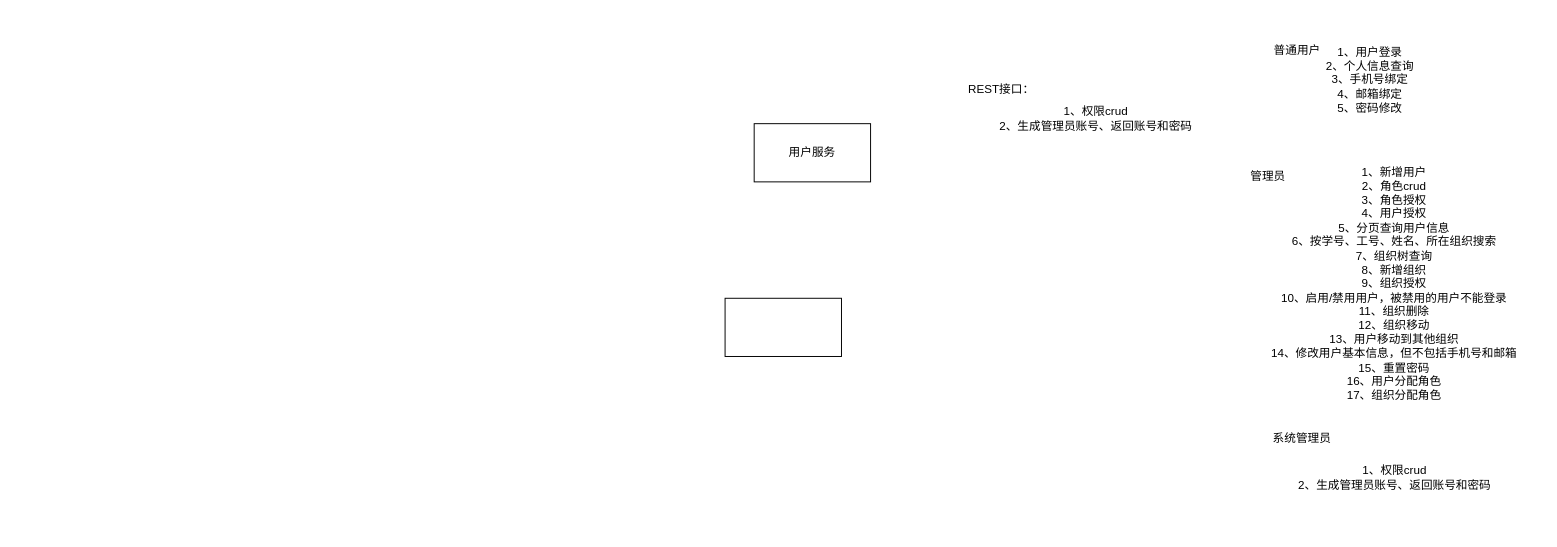
Above: page "用户服务" (2 of 2) of 毕设管理系统/功能层次图.drawio in FdfGithub/drawio (draw.io), before the change. Source tidied: cells renumbered, new cells numbered last; positions are measured from the earlier drawing's top-left corner, leaving out a move shared by most shapes. Both pictures are drawn from the tidied source at 97%, with x=0, y=0 at pixel (725, 16).
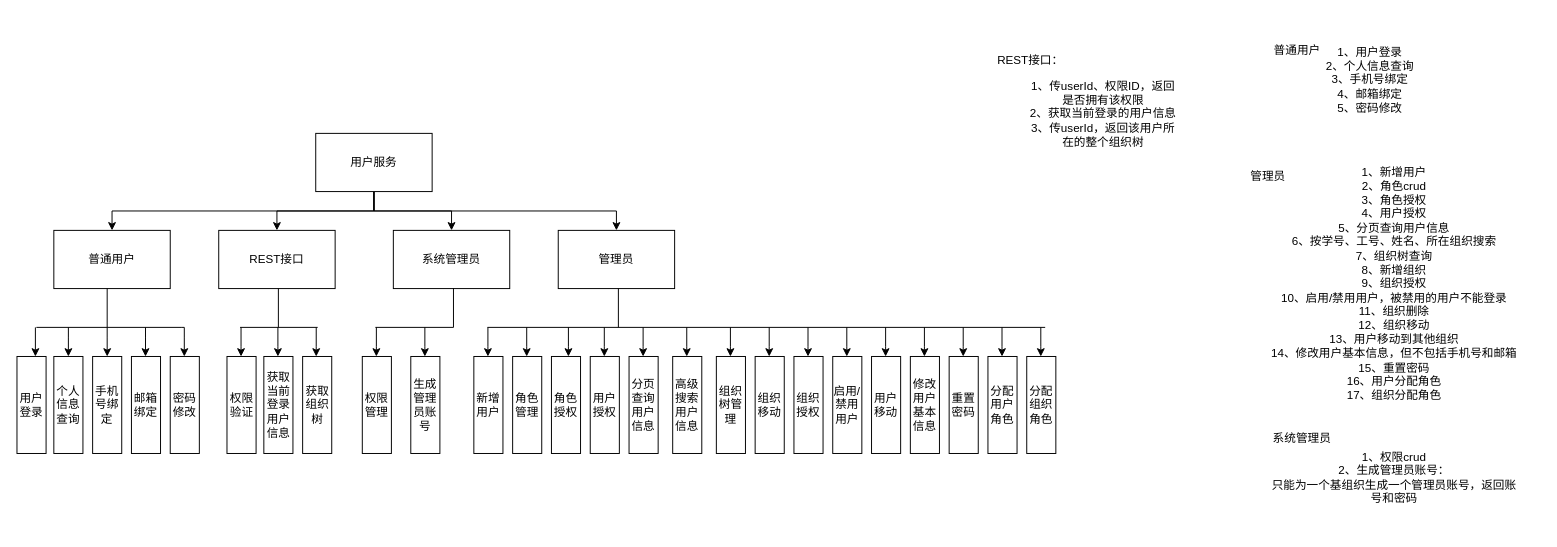
After the change.

Commit message (it also covers changes not shown here):
更新功能层次图.drawio

Diff of the diagram source:
```diff
@@
+    <mxCell id="12" style="edgeStyle=orthogonalEdgeStyle;rounded=0;jettySize=auto;html=1;entryX=0.5;entryY=0;entryDx=0;entryDy=0;" parent="1" edge="1" source="2" target="3">
+      <mxGeometry relative="1" as="geometry">
+        <Array as="points">
+          <mxPoint x="-362" y="200" />
+          <mxPoint x="-632" y="200" />
+        </Array>
+      </mxGeometry>
+    </mxCell>
+    <mxCell id="13" style="edgeStyle=orthogonalEdgeStyle;rounded=0;jettySize=auto;html=1;" parent="1" edge="1" source="2" target="17">
+      <mxGeometry relative="1" as="geometry" />
+    </mxCell>
+    <mxCell id="14" style="edgeStyle=orthogonalEdgeStyle;rounded=0;jettySize=auto;html=1;" parent="1" edge="1" source="2" target="18">
+      <mxGeometry relative="1" as="geometry" />
+    </mxCell>
+    <mxCell id="15" style="edgeStyle=orthogonalEdgeStyle;rounded=0;jettySize=auto;html=1;entryX=0.5;entryY=0;entryDx=0;entryDy=0;" parent="1" edge="1" source="2" target="19">
+      <mxGeometry relative="1" as="geometry">
+        <Array as="points">
+          <mxPoint x="-362" y="200" />
+          <mxPoint x="-112" y="200" />
+        </Array>
+      </mxGeometry>
+    </mxCell>
     <mxCell id="2" value="用户服务" style="rounded=0;whiteSpace=wrap;html=1;" parent="1" vertex="1">
-      <mxGeometry x="30" y="110" width="120" height="60" as="geometry" />
+      <mxGeometry x="-422" y="120" width="120" height="60" as="geometry" />
     </mxCell>
-    <mxCell id="3" style="rounded=0;whiteSpace=wrap;html=1;" parent="1" vertex="1">
-      <mxGeometry y="290" width="120" height="60" as="geometry" />
+    <mxCell id="3" value="普通用户" style="rounded=0;whiteSpace=wrap;html=1;" parent="1" vertex="1">
+      <mxGeometry x="-692" y="220" width="120" height="60" as="geometry" />
     </mxCell>
@@
-    <mxCell id="8" value="1、权限crud&lt;br&gt;2、生成管理员账号、返回账号和密码" style="text;html=1;strokeColor=none;fillColor=none;align=center;verticalAlign=middle;whiteSpace=wrap;rounded=0;" parent="1" vertex="1">
-      <mxGeometry x="577.5" y="420" width="225" height="110" as="geometry" />
-    </mxCell>
@@
     <mxCell id="10" value="REST接口：" style="text;html=1;strokeColor=none;fillColor=none;align=center;verticalAlign=middle;whiteSpace=wrap;rounded=0;" parent="1" vertex="1">
-      <mxGeometry x="250" y="60" width="70" height="30" as="geometry" />
+      <mxGeometry x="280" y="30" width="70" height="30" as="geometry" />
     </mxCell>
-    <mxCell id="11" value="1、权限crud&lt;br&gt;2、生成管理员账号、返回账号和密码" style="text;html=1;strokeColor=none;fillColor=none;align=center;verticalAlign=middle;whiteSpace=wrap;rounded=0;" parent="1" vertex="1">
-      <mxGeometry x="270" y="50" width="225" height="110" as="geometry" />
+    <mxCell id="11" value="1、权限crud&lt;br&gt;2、生成管理员账号：&lt;br&gt;只能为一个基组织生成一个管理员账号，返回账号和密码" style="text;html=1;strokeColor=none;fillColor=none;align=center;verticalAlign=middle;whiteSpace=wrap;rounded=0;" parent="1" vertex="1">
+      <mxGeometry x="560" y="430" width="260" height="90" as="geometry" />
     </mxCell>
+    <mxCell id="16" value="1、传userId、权限ID，返回是否拥有该权限&lt;br&gt;2、获取当前登录的用户信息&lt;br&gt;3、传userId，返回该用户所在的整个组织树" style="text;html=1;strokeColor=none;fillColor=none;align=center;verticalAlign=middle;whiteSpace=wrap;rounded=0;" parent="1" vertex="1">
+      <mxGeometry x="310" y="55" width="160" height="90" as="geometry" />
+    </mxCell>
+    <mxCell id="17" value="REST接口" style="rounded=0;whiteSpace=wrap;html=1;" parent="1" vertex="1">
+      <mxGeometry x="-522" y="220" width="120" height="60" as="geometry" />
+    </mxCell>
+    <mxCell id="18" value="系统管理员" style="rounded=0;whiteSpace=wrap;html=1;" parent="1" vertex="1">
+      <mxGeometry x="-342" y="220" width="120" height="60" as="geometry" />
+    </mxCell>
+    <mxCell id="19" value="管理员" style="rounded=0;whiteSpace=wrap;html=1;" parent="1" vertex="1">
+      <mxGeometry x="-172" y="220" width="120" height="60" as="geometry" />
+    </mxCell>
+    <mxCell id="20" value="&lt;span&gt;用户登录&lt;/span&gt;" style="rounded=0;whiteSpace=wrap;html=1;" parent="1" vertex="1">
+      <mxGeometry x="-730" y="350" width="30" height="100" as="geometry" />
+    </mxCell>
+    <mxCell id="21" value="&lt;span&gt;个人信息查询&lt;/span&gt;" style="rounded=0;whiteSpace=wrap;html=1;" parent="1" vertex="1">
+      <mxGeometry x="-692" y="350" width="30" height="100" as="geometry" />
+    </mxCell>
+    <mxCell id="22" value="&lt;span&gt;手机号绑定&lt;/span&gt;" style="rounded=0;whiteSpace=wrap;html=1;" parent="1" vertex="1">
+      <mxGeometry x="-652" y="350" width="30" height="100" as="geometry" />
+    </mxCell>
+    <mxCell id="23" value="&lt;span&gt;邮箱绑定&lt;/span&gt;" style="rounded=0;whiteSpace=wrap;html=1;" parent="1" vertex="1">
+      <mxGeometry x="-612" y="350" width="30" height="100" as="geometry" />
+    </mxCell>
+    <mxCell id="24" value="&lt;span&gt;密码修改&lt;/span&gt;" style="rounded=0;whiteSpace=wrap;html=1;" parent="1" vertex="1">
+      <mxGeometry x="-572" y="350" width="30" height="100" as="geometry" />
+    </mxCell>
+    <mxCell id="25" value="&lt;span&gt;新增用户&lt;/span&gt;" style="rounded=0;whiteSpace=wrap;html=1;" parent="1" vertex="1">
+      <mxGeometry x="-259" y="350" width="30" height="100" as="geometry" />
+    </mxCell>
+    <mxCell id="26" value="&lt;span&gt;角色管理&lt;/span&gt;" style="rounded=0;whiteSpace=wrap;html=1;" parent="1" vertex="1">
+      <mxGeometry x="-219" y="350" width="30" height="100" as="geometry" />
+    </mxCell>
+    <mxCell id="27" value="角色授权" style="rounded=0;whiteSpace=wrap;html=1;" parent="1" vertex="1">
+      <mxGeometry x="-179" y="350" width="30" height="100" as="geometry" />
+    </mxCell>
+    <mxCell id="28" value="用户授权" style="rounded=0;whiteSpace=wrap;html=1;" parent="1" vertex="1">
+      <mxGeometry x="-139" y="350" width="30" height="100" as="geometry" />
+    </mxCell>
+    <mxCell id="29" value="分页查询用户信息" style="rounded=0;whiteSpace=wrap;html=1;" parent="1" vertex="1">
+      <mxGeometry x="-99" y="350" width="30" height="100" as="geometry" />
+    </mxCell>
+    <mxCell id="30" value="高级搜索用户信息" style="rounded=0;whiteSpace=wrap;html=1;" parent="1" vertex="1">
+      <mxGeometry x="-54" y="350" width="30" height="100" as="geometry" />
+    </mxCell>
+    <mxCell id="31" value="组织树管理" style="rounded=0;whiteSpace=wrap;html=1;" parent="1" vertex="1">
+      <mxGeometry x="-9" y="350" width="30" height="100" as="geometry" />
+    </mxCell>
+    <mxCell id="32" value="组织移动" style="rounded=0;whiteSpace=wrap;html=1;" parent="1" vertex="1">
+      <mxGeometry x="31" y="350" width="30" height="100" as="geometry" />
+    </mxCell>
+    <mxCell id="33" value="组织授权" style="rounded=0;whiteSpace=wrap;html=1;" parent="1" vertex="1">
+      <mxGeometry x="71" y="350" width="30" height="100" as="geometry" />
+    </mxCell>
+    <mxCell id="34" value="启用/禁用用户" style="rounded=0;whiteSpace=wrap;html=1;" parent="1" vertex="1">
+      <mxGeometry x="111" y="350" width="30" height="100" as="geometry" />
+    </mxCell>
+    <mxCell id="35" value="用户移动" style="rounded=0;whiteSpace=wrap;html=1;" parent="1" vertex="1">
+      <mxGeometry x="151" y="350" width="30" height="100" as="geometry" />
+    </mxCell>
+    <mxCell id="36" value="修改用户基本信息" style="rounded=0;whiteSpace=wrap;html=1;" parent="1" vertex="1">
+      <mxGeometry x="191" y="350" width="30" height="100" as="geometry" />
+    </mxCell>
+    <mxCell id="37" value="重置密码" style="rounded=0;whiteSpace=wrap;html=1;" parent="1" vertex="1">
+      <mxGeometry x="231" y="350" width="30" height="100" as="geometry" />
+    </mxCell>
+    <mxCell id="38" value="分配用户角色" style="rounded=0;whiteSpace=wrap;html=1;" parent="1" vertex="1">
+      <mxGeometry x="271" y="350" width="30" height="100" as="geometry" />
+    </mxCell>
+    <mxCell id="39" value="分配组织角色" style="rounded=0;whiteSpace=wrap;html=1;" parent="1" vertex="1">
+      <mxGeometry x="311" y="350" width="30" height="100" as="geometry" />
+    </mxCell>
+    <mxCell id="40" value="&lt;span&gt;权限验证&lt;/span&gt;" style="rounded=0;whiteSpace=wrap;html=1;" parent="1" vertex="1">
+      <mxGeometry x="-513.5" y="350" width="30" height="100" as="geometry" />
+    </mxCell>
+    <mxCell id="41" value="&lt;span&gt;获取当前登录用户信息&lt;/span&gt;" style="rounded=0;whiteSpace=wrap;html=1;" parent="1" vertex="1">
+      <mxGeometry x="-475.5" y="350" width="30" height="100" as="geometry" />
+    </mxCell>
+    <mxCell id="42" value="&lt;span&gt;获取组织树&lt;/span&gt;" style="rounded=0;whiteSpace=wrap;html=1;" parent="1" vertex="1">
+      <mxGeometry x="-435.5" y="350" width="30" height="100" as="geometry" />
+    </mxCell>
+    <mxCell id="43" value="&lt;span&gt;权限管理&lt;/span&gt;" style="rounded=0;whiteSpace=wrap;html=1;" parent="1" vertex="1">
+      <mxGeometry x="-374" y="350" width="30" height="100" as="geometry" />
+    </mxCell>
+    <mxCell id="44" value="生成管理员账号" style="rounded=0;whiteSpace=wrap;html=1;" parent="1" vertex="1">
+      <mxGeometry x="-324" y="350" width="30" height="100" as="geometry" />
+    </mxCell>
+    <mxCell id="45" style="edgeStyle=orthogonalEdgeStyle;rounded=0;orthogonalLoop=1;jettySize=auto;html=1;" parent="1" edge="1">
+      <mxGeometry relative="1" as="geometry">
+        <mxPoint x="-677" y="320" as="sourcePoint" />
+        <mxPoint x="-677" y="350" as="targetPoint" />
+        <Array as="points">
+          <mxPoint x="-677" y="330" />
+          <mxPoint x="-677" y="330" />
+        </Array>
+      </mxGeometry>
+    </mxCell>
+    <mxCell id="46" style="edgeStyle=orthogonalEdgeStyle;rounded=0;jettySize=auto;html=1;entryX=0.5;entryY=0;entryDx=0;entryDy=0;" parent="1" edge="1" target="22">
+      <mxGeometry relative="1" as="geometry">
+        <mxPoint x="-637" y="320" as="sourcePoint" />
+        <Array as="points">
+          <mxPoint x="-637" y="330" />
+          <mxPoint x="-637" y="330" />
+        </Array>
+      </mxGeometry>
+    </mxCell>
+    <mxCell id="47" style="edgeStyle=orthogonalEdgeStyle;rounded=0;orthogonalLoop=1;jettySize=auto;html=1;" parent="1" edge="1">
+      <mxGeometry relative="1" as="geometry">
+        <mxPoint x="-711" y="320" as="sourcePoint" />
+        <mxPoint x="-711" y="350" as="targetPoint" />
+        <Array as="points">
+          <mxPoint x="-711" y="350" />
+        </Array>
+      </mxGeometry>
+    </mxCell>
+    <mxCell id="48" style="edgeStyle=orthogonalEdgeStyle;rounded=0;orthogonalLoop=1;jettySize=auto;html=1;entryX=0.5;entryY=0;entryDx=0;entryDy=0;" parent="1" edge="1">
+      <mxGeometry relative="1" as="geometry">
+        <mxPoint x="-597.5" y="320" as="sourcePoint" />
+        <mxPoint x="-597.5" y="350" as="targetPoint" />
+        <Array as="points">
+          <mxPoint x="-597.5" y="330" />
+          <mxPoint x="-597.5" y="330" />
+        </Array>
+      </mxGeometry>
+    </mxCell>
+    <mxCell id="49" style="edgeStyle=orthogonalEdgeStyle;rounded=0;orthogonalLoop=1;jettySize=auto;html=1;entryX=0.5;entryY=0;entryDx=0;entryDy=0;" parent="1" edge="1">
+      <mxGeometry relative="1" as="geometry">
+        <mxPoint x="-560" y="320" as="sourcePoint" />
+        <mxPoint x="-557.5" y="350" as="targetPoint" />
+        <Array as="points">
+          <mxPoint x="-557.5" y="330" />
+          <mxPoint x="-557.5" y="330" />
+        </Array>
+      </mxGeometry>
+    </mxCell>
+    <mxCell id="50" style="edgeStyle=orthogonalEdgeStyle;rounded=0;orthogonalLoop=1;jettySize=auto;html=1;entryX=0.5;entryY=0;entryDx=0;entryDy=0;" parent="1" edge="1">
+      <mxGeometry relative="1" as="geometry">
+        <mxPoint x="-499" y="320" as="sourcePoint" />
+        <mxPoint x="-499" y="350" as="targetPoint" />
+        <Array as="points">
+          <mxPoint x="-499" y="340" />
+          <mxPoint x="-499" y="340" />
+        </Array>
+      </mxGeometry>
+    </mxCell>
+    <mxCell id="51" style="edgeStyle=orthogonalEdgeStyle;rounded=0;orthogonalLoop=1;jettySize=auto;html=1;entryX=0.5;entryY=0;entryDx=0;entryDy=0;" parent="1" edge="1">
+      <mxGeometry relative="1" as="geometry">
+        <mxPoint x="-461" y="320" as="sourcePoint" />
+        <mxPoint x="-461" y="350" as="targetPoint" />
+        <Array as="points">
+          <mxPoint x="-461" y="340" />
+          <mxPoint x="-461" y="340" />
+        </Array>
+      </mxGeometry>
+    </mxCell>
+    <mxCell id="52" style="edgeStyle=orthogonalEdgeStyle;rounded=0;orthogonalLoop=1;jettySize=auto;html=1;entryX=0.5;entryY=0;entryDx=0;entryDy=0;" parent="1" edge="1">
+      <mxGeometry relative="1" as="geometry">
+        <mxPoint x="-421.5" y="320" as="sourcePoint" />
+        <mxPoint x="-421.5" y="350" as="targetPoint" />
+        <Array as="points">
+          <mxPoint x="-421.5" y="340" />
+          <mxPoint x="-421.5" y="340" />
+        </Array>
+      </mxGeometry>
+    </mxCell>
+    <mxCell id="53" style="edgeStyle=orthogonalEdgeStyle;rounded=0;orthogonalLoop=1;jettySize=auto;html=1;entryX=0.5;entryY=0;entryDx=0;entryDy=0;" parent="1" edge="1">
+      <mxGeometry relative="1" as="geometry">
+        <mxPoint x="-359.5" y="320" as="sourcePoint" />
+        <mxPoint x="-359.5" y="350" as="targetPoint" />
+        <Array as="points">
+          <mxPoint x="-359.5" y="340" />
+          <mxPoint x="-359.5" y="340" />
+        </Array>
+      </mxGeometry>
+    </mxCell>
+    <mxCell id="54" style="edgeStyle=orthogonalEdgeStyle;rounded=0;orthogonalLoop=1;jettySize=auto;html=1;entryX=0.5;entryY=0;entryDx=0;entryDy=0;" parent="1" edge="1">
+      <mxGeometry relative="1" as="geometry">
+        <mxPoint x="-309.5" y="320" as="sourcePoint" />
+        <mxPoint x="-309.5" y="350" as="targetPoint" />
+        <Array as="points">
+          <mxPoint x="-309.5" y="340" />
+          <mxPoint x="-309.5" y="340" />
+        </Array>
+      </mxGeometry>
+    </mxCell>
+    <mxCell id="55" style="edgeStyle=orthogonalEdgeStyle;rounded=0;orthogonalLoop=1;jettySize=auto;html=1;entryX=0.5;entryY=0;entryDx=0;entryDy=0;" parent="1" edge="1">
+      <mxGeometry relative="1" as="geometry">
+        <mxPoint x="-244.5" y="320" as="sourcePoint" />
+        <mxPoint x="-244.5" y="350" as="targetPoint" />
+        <Array as="points">
+          <mxPoint x="-244.5" y="340" />
+          <mxPoint x="-244.5" y="340" />
+        </Array>
+      </mxGeometry>
+    </mxCell>
+    <mxCell id="56" style="edgeStyle=orthogonalEdgeStyle;rounded=0;orthogonalLoop=1;jettySize=auto;html=1;entryX=0.5;entryY=0;entryDx=0;entryDy=0;" parent="1" edge="1">
+      <mxGeometry relative="1" as="geometry">
+        <mxPoint x="-204.5" y="320" as="sourcePoint" />
+        <mxPoint x="-204.5" y="350" as="targetPoint" />
+        <Array as="points">
+          <mxPoint x="-204.5" y="340" />
+          <mxPoint x="-204.5" y="340" />
+        </Array>
+      </mxGeometry>
+    </mxCell>
+    <mxCell id="57" style="edgeStyle=orthogonalEdgeStyle;rounded=0;orthogonalLoop=1;jettySize=auto;html=1;entryX=0.5;entryY=0;entryDx=0;entryDy=0;" parent="1" edge="1">
+      <mxGeometry relative="1" as="geometry">
+        <mxPoint x="-161.5" y="320" as="sourcePoint" />
+        <mxPoint x="-161.5" y="350" as="targetPoint" />
+        <Array as="points">
+          <mxPoint x="-161.5" y="340" />
+          <mxPoint x="-161.5" y="340" />
+        </Array>
+      </mxGeometry>
+    </mxCell>
+    <mxCell id="58" style="edgeStyle=orthogonalEdgeStyle;rounded=0;orthogonalLoop=1;jettySize=auto;html=1;entryX=0.5;entryY=0;entryDx=0;entryDy=0;" parent="1" edge="1">
+      <mxGeometry relative="1" as="geometry">
+        <mxPoint x="-124.5" y="320" as="sourcePoint" />
+        <mxPoint x="-124.5" y="350" as="targetPoint" />
+        <Array as="points">
+          <mxPoint x="-124.5" y="340" />
+          <mxPoint x="-124.5" y="340" />
+        </Array>
+      </mxGeometry>
+    </mxCell>
+    <mxCell id="59" style="edgeStyle=orthogonalEdgeStyle;rounded=0;orthogonalLoop=1;jettySize=auto;html=1;entryX=0.5;entryY=0;entryDx=0;entryDy=0;" parent="1" edge="1">
+      <mxGeometry relative="1" as="geometry">
+        <mxPoint x="-84.5" y="320" as="sourcePoint" />
+        <mxPoint x="-84.5" y="350" as="targetPoint" />
+        <Array as="points">
+          <mxPoint x="-84.5" y="340" />
+          <mxPoint x="-84.5" y="340" />
+        </Array>
+      </mxGeometry>
+    </mxCell>
+    <mxCell id="60" style="edgeStyle=orthogonalEdgeStyle;rounded=0;orthogonalLoop=1;jettySize=auto;html=1;entryX=0.5;entryY=0;entryDx=0;entryDy=0;" parent="1" edge="1">
+      <mxGeometry relative="1" as="geometry">
+        <mxPoint x="-39.5" y="320" as="sourcePoint" />
+        <mxPoint x="-39.5" y="350" as="targetPoint" />
+        <Array as="points">
+          <mxPoint x="-39.5" y="340" />
+          <mxPoint x="-39.5" y="340" />
+        </Array>
+      </mxGeometry>
+    </mxCell>
+    <mxCell id="61" style="edgeStyle=orthogonalEdgeStyle;rounded=0;orthogonalLoop=1;jettySize=auto;html=1;entryX=0.5;entryY=0;entryDx=0;entryDy=0;" parent="1" edge="1">
+      <mxGeometry relative="1" as="geometry">
+        <mxPoint x="5.5" y="320" as="sourcePoint" />
+        <mxPoint x="5.5" y="350" as="targetPoint" />
+        <Array as="points">
+          <mxPoint x="5.5" y="340" />
+          <mxPoint x="5.5" y="340" />
+        </Array>
+      </mxGeometry>
+    </mxCell>
+    <mxCell id="62" style="edgeStyle=orthogonalEdgeStyle;rounded=0;orthogonalLoop=1;jettySize=auto;html=1;entryX=0.5;entryY=0;entryDx=0;entryDy=0;" parent="1" edge="1">
+      <mxGeometry relative="1" as="geometry">
+        <mxPoint x="45.5" y="320" as="sourcePoint" />
+        <mxPoint x="45.5" y="350" as="targetPoint" />
+        <Array as="points">
+          <mxPoint x="45.5" y="340" />
+          <mxPoint x="45.5" y="340" />
+        </Array>
+      </mxGeometry>
+    </mxCell>
+    <mxCell id="63" style="edgeStyle=orthogonalEdgeStyle;rounded=0;orthogonalLoop=1;jettySize=auto;html=1;entryX=0.5;entryY=0;entryDx=0;entryDy=0;" parent="1" edge="1">
+      <mxGeometry relative="1" as="geometry">
+        <mxPoint x="85.5" y="320" as="sourcePoint" />
+        <mxPoint x="85.5" y="350" as="targetPoint" />
+        <Array as="points">
+          <mxPoint x="85.5" y="340" />
+          <mxPoint x="85.5" y="340" />
+        </Array>
+      </mxGeometry>
+    </mxCell>
+    <mxCell id="64" style="edgeStyle=orthogonalEdgeStyle;rounded=0;orthogonalLoop=1;jettySize=auto;html=1;entryX=0.5;entryY=0;entryDx=0;entryDy=0;" parent="1" edge="1">
+      <mxGeometry relative="1" as="geometry">
+        <mxPoint x="125.5" y="320" as="sourcePoint" />
+        <mxPoint x="125.5" y="350" as="targetPoint" />
+        <Array as="points">
+          <mxPoint x="125.5" y="340" />
+          <mxPoint x="125.5" y="340" />
+        </Array>
+      </mxGeometry>
+    </mxCell>
+    <mxCell id="65" style="edgeStyle=orthogonalEdgeStyle;rounded=0;orthogonalLoop=1;jettySize=auto;html=1;entryX=0.5;entryY=0;entryDx=0;entryDy=0;" parent="1" edge="1">
+      <mxGeometry relative="1" as="geometry">
+        <mxPoint x="165.5" y="320" as="sourcePoint" />
+        <mxPoint x="165.5" y="350" as="targetPoint" />
+        <Array as="points">
+          <mxPoint x="165.5" y="340" />
+          <mxPoint x="165.5" y="340" />
+        </Array>
+      </mxGeometry>
+    </mxCell>
+    <mxCell id="66" style="edgeStyle=orthogonalEdgeStyle;rounded=0;orthogonalLoop=1;jettySize=auto;html=1;entryX=0.5;entryY=0;entryDx=0;entryDy=0;" parent="1" edge="1">
+      <mxGeometry relative="1" as="geometry">
+        <mxPoint x="205.5" y="320" as="sourcePoint" />
+        <mxPoint x="205.5" y="350" as="targetPoint" />
+        <Array as="points">
+          <mxPoint x="205.5" y="340" />
+          <mxPoint x="205.5" y="340" />
+        </Array>
+      </mxGeometry>
+    </mxCell>
+    <mxCell id="67" style="edgeStyle=orthogonalEdgeStyle;rounded=0;orthogonalLoop=1;jettySize=auto;html=1;entryX=0.5;entryY=0;entryDx=0;entryDy=0;" parent="1" edge="1">
+      <mxGeometry relative="1" as="geometry">
+        <mxPoint x="245.5" y="320" as="sourcePoint" />
+        <mxPoint x="245.5" y="350" as="targetPoint" />
+        <Array as="points">
+          <mxPoint x="245.5" y="340" />
+          <mxPoint x="245.5" y="340" />
+        </Array>
+      </mxGeometry>
+    </mxCell>
+    <mxCell id="68" style="edgeStyle=orthogonalEdgeStyle;rounded=0;orthogonalLoop=1;jettySize=auto;html=1;entryX=0.5;entryY=0;entryDx=0;entryDy=0;" parent="1" edge="1">
+      <mxGeometry relative="1" as="geometry">
+        <mxPoint x="285.5" y="320" as="sourcePoint" />
+        <mxPoint x="285.5" y="350" as="targetPoint" />
+        <Array as="points">
+          <mxPoint x="285.5" y="340" />
+          <mxPoint x="285.5" y="340" />
+        </Array>
+      </mxGeometry>
+    </mxCell>
+    <mxCell id="69" style="edgeStyle=orthogonalEdgeStyle;rounded=0;orthogonalLoop=1;jettySize=auto;html=1;entryX=0.5;entryY=0;entryDx=0;entryDy=0;" parent="1" edge="1">
+      <mxGeometry relative="1" as="geometry">
+        <mxPoint x="325.5" y="320" as="sourcePoint" />
+        <mxPoint x="325.5" y="350" as="targetPoint" />
+        <Array as="points">
+          <mxPoint x="325.5" y="340" />
+          <mxPoint x="325.5" y="340" />
+        </Array>
+      </mxGeometry>
+    </mxCell>
+    <mxCell id="70" style="endArrow=none;html=1;rounded=0;" parent="1" edge="1">
+      <mxGeometry relative="1" as="geometry">
+        <mxPoint x="-460.5" y="320" as="sourcePoint" />
+        <mxPoint x="-460.5" y="280" as="targetPoint" />
+      </mxGeometry>
+    </mxCell>
+    <mxCell id="71" style="endArrow=none;html=1;rounded=0;" parent="1" edge="1">
+      <mxGeometry relative="1" as="geometry">
+        <mxPoint x="-500" y="320" as="sourcePoint" />
+        <mxPoint x="-420" y="320" as="targetPoint" />
+      </mxGeometry>
+    </mxCell>
+    <mxCell id="72" style="endArrow=none;html=1;rounded=0;" parent="1" edge="1">
+      <mxGeometry relative="1" as="geometry">
+        <mxPoint x="-637" y="320" as="sourcePoint" />
+        <mxPoint x="-637" y="280" as="targetPoint" />
+      </mxGeometry>
+    </mxCell>
+    <mxCell id="73" style="endArrow=none;html=1;rounded=0;jumpSize=6;" parent="1" edge="1">
+      <mxGeometry relative="1" as="geometry">
+        <mxPoint x="-710" y="320" as="sourcePoint" />
+        <mxPoint x="-560" y="320" as="targetPoint" />
+      </mxGeometry>
+    </mxCell>
+    <mxCell id="74" style="shape=partialRectangle;whiteSpace=wrap;html=1;top=0;left=0;fillColor=none;" parent="1" vertex="1">
+      <mxGeometry x="-360" y="280" width="80" height="40" as="geometry" />
+    </mxCell>
+    <mxCell id="75" style="endArrow=none;html=1;rounded=0;" parent="1" edge="1">
+      <mxGeometry relative="1" as="geometry">
+        <mxPoint x="-110" y="320" as="sourcePoint" />
+        <mxPoint x="-110" y="280" as="targetPoint" />
+      </mxGeometry>
+    </mxCell>
+    <mxCell id="76" style="endArrow=none;html=1;rounded=0;" parent="1" edge="1">
+      <mxGeometry relative="1" as="geometry">
+        <mxPoint x="-245" y="320" as="sourcePoint" />
+        <mxPoint x="330" y="320" as="targetPoint" />
+      </mxGeometry>
+    </mxCell>
```
